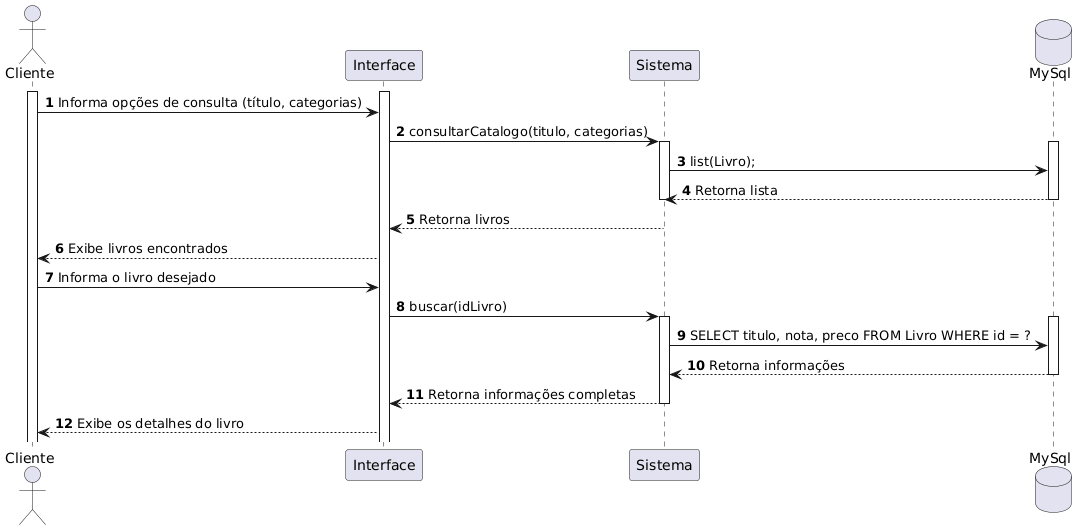
Gnunes27/Projeto-DSC keeps this PlantUML diagram as Documentação/Diagramas/Diagramas de Sequencia/UC3.png. Above is the earlier version.
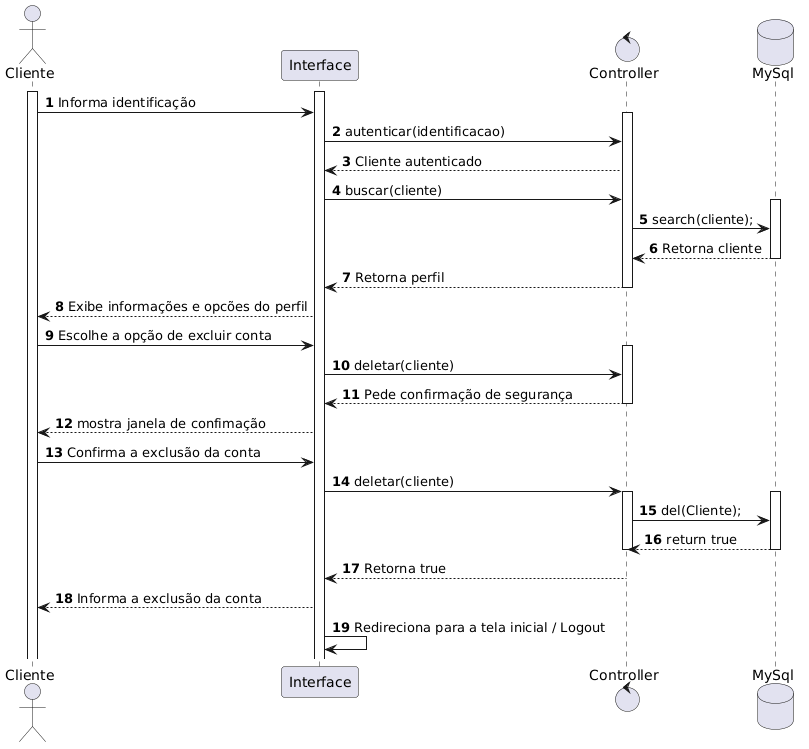
Later version of the same file.

Diff of the diagram source:
```diff
@@ -3,35 +3,47 @@
 
 actor "Cliente" as Cliente
 participant "Interface" as Tela
-participant "Sistema" as Sis
+control "Controller" as Sis
 database "MySql" as BD
 
 activate Cliente
 activate Tela
-Cliente -> Tela: Informa opções de consulta (título, categorias)
-Tela -> Sis: consultarCatalogo(titulo, categorias)
+
+Cliente -> Tela: Informa identificação
+
+activate Sis
+
+Tela -> Sis: autenticar(identificacao)
+Sis --> Tela: Cliente autenticado
+
+Tela -> Sis: buscar(cliente)
+
+activate BD
+Sis -> BD: search(cliente);
+BD --> Sis: Retorna cliente
+deactivate BD
+
+Sis --> Tela: Retorna perfil
+deactivate Sis
+Tela --> Cliente: Exibe informações e opcões do perfil
+
+Cliente -> Tela: Escolhe a opção de excluir conta
+activate Sis
+Tela -> Sis: deletar(cliente)
+Sis --> Tela: Pede confirmação de segurança
+deactivate Sis
+Tela --> Cliente: mostra janela de confimação
+
+Cliente -> Tela: Confirma a exclusão da conta
+Tela -> Sis: deletar(cliente)
 activate Sis
 activate BD
-
-Sis -> BD: list(Livro);
-BD --> Sis: Retorna lista
-
+Sis -> BD: del(Cliente);
+BD --> Sis: return true
 deactivate BD
 deactivate Sis
-Sis --> Tela: Retorna livros
-Tela --> Cliente: Exibe livros encontrados
 
-Cliente -> Tela: Informa o livro desejado
-Tela -> Sis: buscar(idLivro)
-activate Sis
-
-activate BD
-Sis -> BD: SELECT titulo, nota, preco FROM Livro WHERE id = ?
-BD --> Sis: Retorna informações
-deactivate BD
-
-
-Sis --> Tela: Retorna informações completas
-deactivate Sis
-Tela --> Cliente: Exibe os detalhes do livro
+Sis --> Tela: Retorna true
+Tela --> Cliente: Informa a exclusão da conta
+Tela -> Tela: Redireciona para a tela inicial / Logout
 @enduml
```
